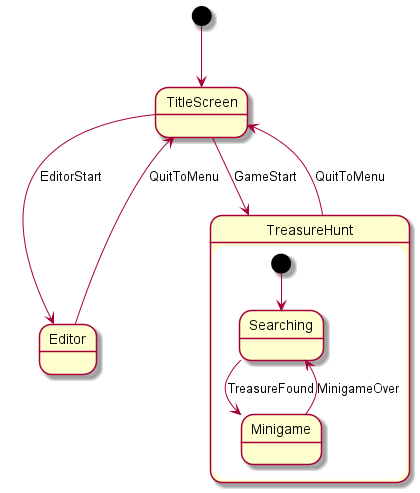
Before: Docs/plantuml/scenes.png, a diagram exported from PlantUML (Lory9811/ARTreasureHunt).
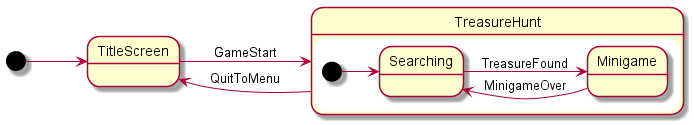
Above is the later version.

What changed in the source:
```diff
@@ -1,11 +1,11 @@
 @startuml
+
+left to right direction
 
 [*] --> TitleScreen
 
 TitleScreen --> TreasureHunt : GameStart
-TitleScreen --> Editor : EditorStart
 TreasureHunt --> TitleScreen : QuitToMenu
-Editor --> TitleScreen : QuitToMenu
 
 state TreasureHunt {
 	[*] --> Searching
```
